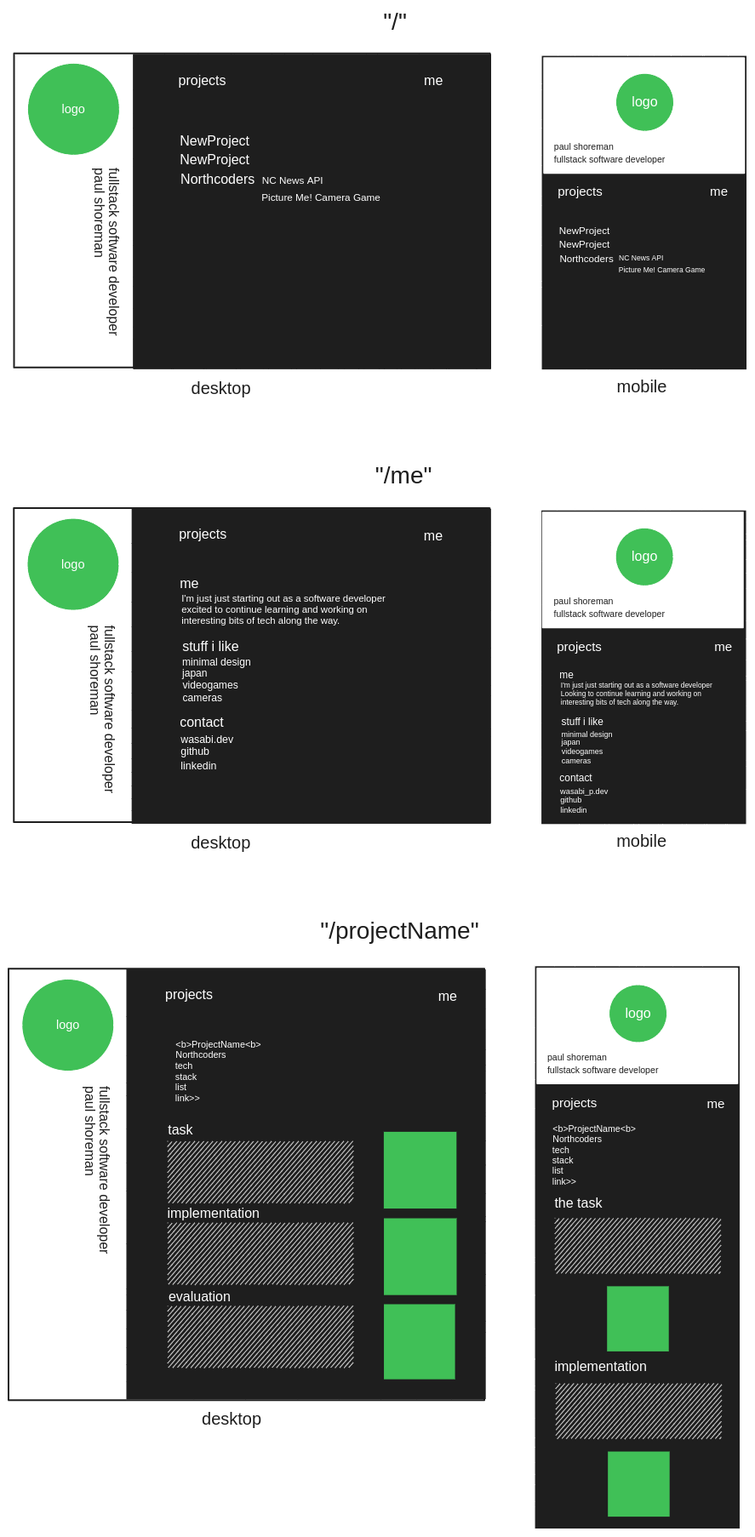
This is plan.excalidraw.png from wasabi-p/react-portfolio, a Excalidraw export, as it was before one commit. Source tidied: one line per element, renumbered; positions are measured from the earlier drawing's top-left corner, leaving out a move shared by most shapes.
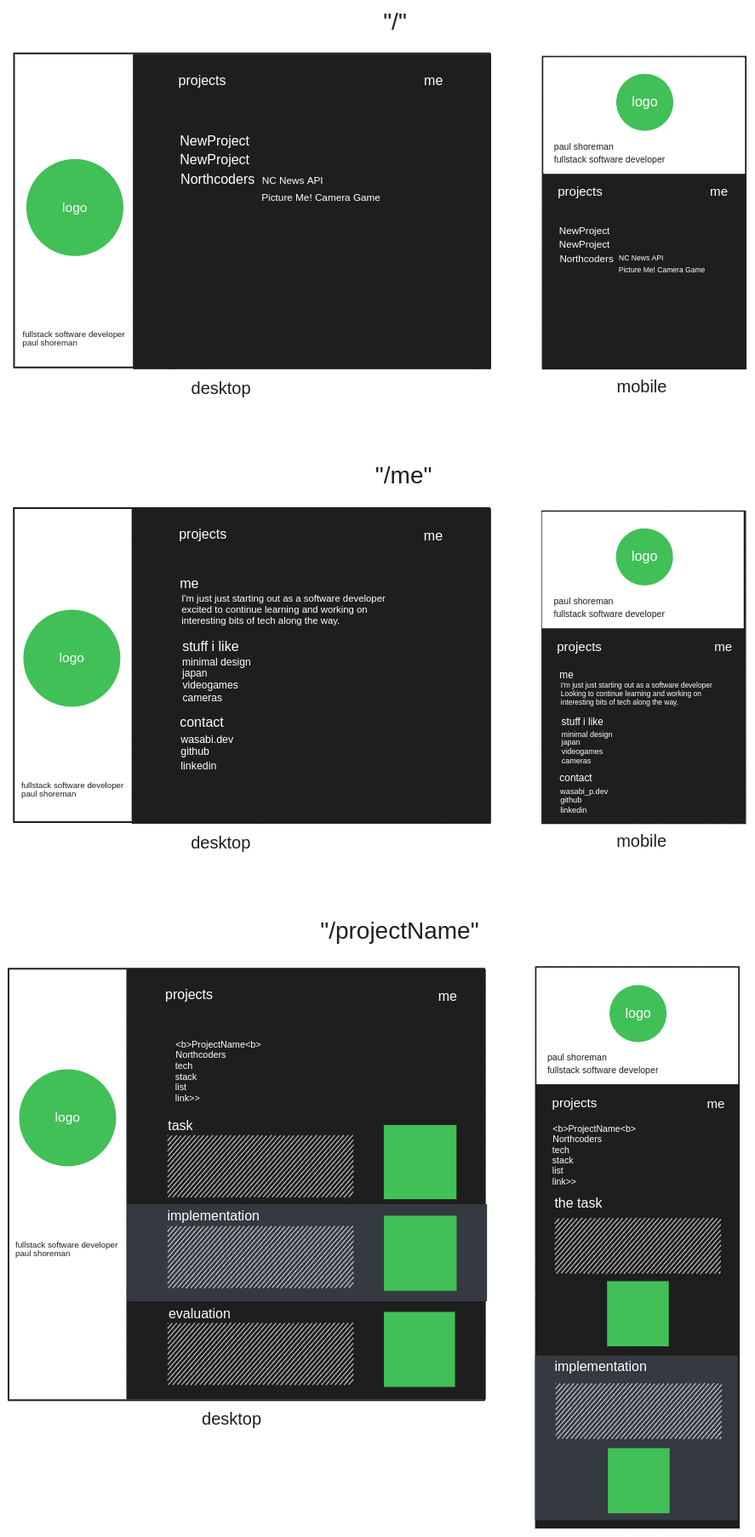
After the change.

Change to the diagram source:
```diff
@@ -33,10 +33,6 @@
 {"id": 32, "type": "text", "text": "mobile", "strokeColor": "#1e1e1e", "backgroundColor": "#ffffff", "fillStyle": "solid", "strokeWidth": 1, "roughness": 0, "fontSize": 20, "fontFamily": 2, "x": 714, "y": 967, "width": 59, "height": 23}
 {"id": 33, "type": "text", "text": "projects", "strokeColor": "#ffffff", "backgroundColor": "#ffffff", "fillStyle": "solid", "strokeWidth": 1, "roughness": 0, "fontSize": 15.07, "fontFamily": 2, "x": 644, "y": 741, "width": 53, "height": 17}
 {"id": 34, "type": "text", "text": "me", "strokeColor": "#ffffff", "backgroundColor": "#ffffff", "fillStyle": "hachure", "strokeWidth": 1, "roughness": 1, "fontSize": 15.07, "fontFamily": 2, "x": 829, "y": 741, "width": 21, "height": 17}
-{"id": 35, "type": "text", "text": "paul shoreman", "strokeColor": "#1e1e1e", "angle": 1.57, "backgroundColor": "#ffffff", "fillStyle": "solid", "strokeWidth": 1, "roughness": 0, "fontSize": 16, "fontFamily": 2, "x": 48, "y": 768, "width": 106, "height": 18}
-{"id": 36, "type": "ellipse", "strokeColor": "#ffffff", "backgroundColor": "#40c057", "fillStyle": "solid", "strokeWidth": 1, "roughness": 0, "x": 22, "y": 599, "width": 108, "height": 108}
-{"id": 37, "type": "text", "text": "logo", "strokeColor": "#ffffff", "backgroundColor": "#ffffff", "fillStyle": "solid", "strokeWidth": 1, "roughness": 0, "fontSize": 14.47, "fontFamily": 2, "textAlign": "center", "verticalAlign": "middle", "inside": 36, "x": 62, "y": 645, "width": 27, "height": 17}
-{"id": 38, "type": "text", "text": "fullstack software developer", "strokeColor": "#1e1e1e", "angle": 1.57, "backgroundColor": "#1e1e1e", "fillStyle": "solid", "strokeWidth": 1, "roughness": 0, "fontSize": 16, "fontFamily": 2, "x": 19, "y": 814, "width": 197, "height": 18}
 {"id": 39, "type": "text", "text": "paul shoreman", "strokeColor": "#1e1e1e", "backgroundColor": "#ffffff", "fillStyle": "solid", "strokeWidth": 1, "roughness": 0, "fontSize": 10.59, "fontFamily": 2, "x": 640, "y": 690, "width": 70, "height": 12}
 {"id": 40, "type": "text", "text": "fullstack software developer", "strokeColor": "#1e1e1e", "backgroundColor": "#1e1e1e", "fillStyle": "solid", "strokeWidth": 1, "roughness": 0, "fontSize": 10.59, "fontFamily": 2, "x": 640, "y": 705, "width": 131, "height": 12}
 {"id": 41, "type": "ellipse", "strokeColor": "#ffffff", "backgroundColor": "#40c057", "fillStyle": "solid", "strokeWidth": 1, "roughness": 0, "x": 713, "y": 610, "width": 68, "height": 68}
@@ -69,36 +65,34 @@
 {"id": 68, "type": "text", "text": "\"/projectName\"", "strokeColor": "#1e1e1e", "backgroundColor": "#1e1e1e", "fillStyle": "solid", "strokeWidth": 1, "roughness": 0, "fontSize": 28, "fontFamily": 2, "x": 366, "y": 1068, "width": 186, "height": 32}
 {"id": 69, "type": "text", "text": "projects", "strokeColor": "#ffffff", "backgroundColor": "#ffffff", "fillStyle": "solid", "strokeWidth": 1, "roughness": 0, "fontSize": 15.07, "fontFamily": 2, "x": 645, "y": 206, "width": 53, "height": 17}
 {"id": 70, "type": "text", "text": "me", "strokeColor": "#ffffff", "backgroundColor": "#ffffff", "fillStyle": "hachure", "strokeWidth": 1, "roughness": 1, "fontSize": 15.07, "fontFamily": 2, "x": 824, "y": 206, "width": 21, "height": 17}
-{"id": 71, "type": "text", "text": "paul shoreman", "strokeColor": "#1e1e1e", "angle": 1.57, "backgroundColor": "#ffffff", "fillStyle": "solid", "strokeWidth": 1, "roughness": 0, "fontSize": 16, "fontFamily": 2, "x": 53, "y": 231, "width": 106, "height": 18}
+{"id": 71, "type": "text", "text": "paul shoreman", "strokeColor": "#1e1e1e", "angle": 6.28, "backgroundColor": "#ffffff", "fillStyle": "solid", "strokeWidth": 1, "roughness": 0, "fontSize": 9.76, "fontFamily": 2, "x": 16, "y": 387, "width": 65, "height": 11}
-{"id": 72, "type": "text", "text": "fullstack software developer", "strokeColor": "#1e1e1e", "angle": 1.57, "backgroundColor": "#1e1e1e", "fillStyle": "solid", "strokeWidth": 1, "roughness": 0, "fontSize": 16, "fontFamily": 2, "x": 24, "y": 277, "width": 197, "height": 18}
+{"id": 72, "type": "text", "text": "fullstack software developer", "strokeColor": "#1e1e1e", "angle": 6.28, "backgroundColor": "#1e1e1e", "fillStyle": "solid", "strokeWidth": 1, "roughness": 0, "fontSize": 9.76, "fontFamily": 2, "x": 16, "y": 377, "width": 120, "height": 11}
-{"id": 73, "type": "ellipse", "strokeColor": "#ffffff", "backgroundColor": "#40c057", "fillStyle": "solid", "strokeWidth": 1, "roughness": 0, "x": 22, "y": 64, "width": 108, "height": 108}
+{"id": 73, "type": "ellipse", "strokeColor": "#ffffff", "backgroundColor": "#40c057", "fillStyle": "solid", "strokeWidth": 1, "roughness": 0, "x": 20, "y": 176, "width": 115, "height": 115}
-{"id": 74, "type": "text", "text": "logo", "strokeColor": "#ffffff", "backgroundColor": "#ffffff", "fillStyle": "solid", "strokeWidth": 1, "roughness": 0, "fontSize": 14.47, "fontFamily": 2, "textAlign": "center", "verticalAlign": "middle", "inside": 73, "x": 63, "y": 110, "width": 27, "height": 17}
+{"id": 74, "type": "text", "text": "logo", "strokeColor": "#ffffff", "backgroundColor": "#ffffff", "fillStyle": "solid", "strokeWidth": 1, "roughness": 0, "fontSize": 15.56, "fontFamily": 2, "textAlign": "center", "verticalAlign": "middle", "inside": 73, "x": 63, "y": 225, "width": 29, "height": 18}
 {"id": 75, "type": "text", "text": "the task\n", "strokeColor": "#ffffff", "backgroundColor": "#40c057", "fillStyle": "solid", "strokeWidth": 1, "roughness": 0, "fontSize": 16, "fontFamily": 2, "x": 641, "y": 1395, "width": 56, "height": 37}
+{"id": 108, "type": "rectangle", "strokeColor": "transparent", "backgroundColor": "#343a40", "fillStyle": "solid", "strokeWidth": 1, "roughness": 0, "x": 619, "y": 1583, "width": 238, "height": 193}
-{"id": 76, "type": "rectangle", "strokeColor": "transparent", "backgroundColor": "#40c057", "fillStyle": "solid", "strokeWidth": 1, "roughness": 0, "x": 703, "y": 1501, "width": 72, "height": 77}
+{"id": 76, "type": "rectangle", "strokeColor": "transparent", "backgroundColor": "#40c057", "fillStyle": "solid", "strokeWidth": 1, "roughness": 0, "x": 703, "y": 1495, "width": 72, "height": 77}
 {"id": 77, "type": "rectangle", "strokeColor": "transparent", "backgroundColor": "#ffffff", "fillStyle": "hachure", "strokeWidth": 1, "roughness": 0, "x": 642, "y": 1421, "width": 195, "height": 65}
 {"id": 78, "type": "text", "text": "implementation", "strokeColor": "#ffffff", "backgroundColor": "#40c057", "fillStyle": "solid", "strokeWidth": 1, "roughness": 0, "fontSize": 16, "fontFamily": 2, "x": 641, "y": 1587, "width": 108, "height": 18}
-{"id": 79, "type": "rectangle", "strokeColor": "transparent", "backgroundColor": "#40c057", "fillStyle": "solid", "strokeWidth": 1, "roughness": 0, "x": 704, "y": 1696, "width": 72, "height": 77}
+{"id": 79, "type": "rectangle", "strokeColor": "transparent", "backgroundColor": "#40c057", "fillStyle": "solid", "strokeWidth": 1, "roughness": 0, "x": 704, "y": 1692, "width": 72, "height": 77}
 {"id": 80, "type": "rectangle", "strokeColor": "transparent", "backgroundColor": "#ffffff", "fillStyle": "hachure", "strokeWidth": 1, "roughness": 0, "x": 643, "y": 1616, "width": 195, "height": 65}
 {"id": 81, "type": "rectangle", "strokeColor": "#1e1e1e", "backgroundColor": "#1e1e1e", "fillStyle": "solid", "strokeWidth": 1, "roughness": 0, "x": 139, "y": 1130, "width": 421, "height": 504}
 {"id": 82, "type": "rectangle", "strokeColor": "#1e1e1e", "strokeWidth": 2, "roughness": 0, "x": 0, "y": 1128, "width": 559, "height": 507}
 {"id": 83, "type": "text", "text": "me", "strokeColor": "#ffffff", "backgroundColor": "#ffffff", "fillStyle": "hachure", "strokeWidth": 1, "roughness": 1, "fontSize": 16, "fontFamily": 2, "x": 505, "y": 1152, "width": 22, "height": 18}
 {"id": 84, "type": "text", "text": "desktop", "strokeColor": "#1e1e1e", "backgroundColor": "#ffffff", "fillStyle": "solid", "strokeWidth": 1, "roughness": 0, "fontSize": 20, "fontFamily": 2, "x": 227, "y": 1646, "width": 70, "height": 23}
-{"id": 85, "type": "text", "text": "paul shoreman", "strokeColor": "#1e1e1e", "angle": 1.57, "backgroundColor": "#ffffff", "fillStyle": "solid", "strokeWidth": 1, "roughness": 0, "fontSize": 16, "fontFamily": 2, "x": 42, "y": 1310, "width": 106, "height": 18}
-{"id": 86, "type": "ellipse", "strokeColor": "#ffffff", "backgroundColor": "#40c057", "fillStyle": "solid", "strokeWidth": 1, "roughness": 0, "x": 16, "y": 1140, "width": 108, "height": 108}
-{"id": 87, "type": "text", "text": "logo", "strokeColor": "#ffffff", "backgroundColor": "#ffffff", "fillStyle": "solid", "strokeWidth": 1, "roughness": 0, "fontSize": 14.47, "fontFamily": 2, "textAlign": "center", "verticalAlign": "middle", "inside": 86, "x": 56, "y": 1186, "width": 27, "height": 17}
-{"id": 88, "type": "text", "text": "fullstack software developer", "strokeColor": "#1e1e1e", "angle": 1.57, "backgroundColor": "#1e1e1e", "fillStyle": "solid", "strokeWidth": 1, "roughness": 0, "fontSize": 16, "fontFamily": 2, "x": 13, "y": 1355, "width": 197, "height": 18}
 {"id": 89, "type": "text", "text": "projects", "strokeColor": "#ffffff", "backgroundColor": "#ffffff", "fillStyle": "hachure", "strokeWidth": 1, "roughness": 1, "fontSize": 16, "fontFamily": 2, "x": 184, "y": 1150, "width": 56, "height": 18}
 {"id": 90, "type": "text", "text": "<b>ProjectName<b>\nNorthcoders", "strokeColor": "#ffffff", "backgroundColor": "#ffffff", "fillStyle": "solid", "strokeWidth": 1, "roughness": 0, "fontSize": 10.89, "fontFamily": 2, "x": 196, "y": 1210, "width": 100, "height": 25}
 {"id": 91, "type": "text", "text": "tech \nstack \nlist\nlink>>", "strokeColor": "#ffffff", "backgroundColor": "#1e1e1e", "fillStyle": "solid", "strokeWidth": 1, "roughness": 0, "fontSize": 10.89, "fontFamily": 2, "x": 196, "y": 1236, "width": 29, "height": 50}
+{"id": 109, "type": "rectangle", "strokeColor": "transparent", "backgroundColor": "#343a40", "fillStyle": "solid", "strokeWidth": 1, "roughness": 0, "x": 139, "y": 1405, "width": 423, "height": 114}
-{"id": 92, "type": "rectangle", "strokeColor": "transparent", "backgroundColor": "#40c057", "fillStyle": "solid", "strokeWidth": 1, "roughness": 0, "x": 441, "y": 1422, "width": 85, "height": 90}
+{"id": 92, "type": "rectangle", "strokeColor": "transparent", "backgroundColor": "#40c057", "fillStyle": "solid", "strokeWidth": 1, "roughness": 0, "x": 441, "y": 1419, "width": 85, "height": 88}
-{"id": 93, "type": "text", "text": "task\n", "strokeColor": "#ffffff", "backgroundColor": "#40c057", "fillStyle": "solid", "strokeWidth": 1, "roughness": 0, "fontSize": 16, "fontFamily": 2, "x": 187, "y": 1309, "width": 29, "height": 37}
+{"id": 93, "type": "text", "text": "task\n", "strokeColor": "#ffffff", "backgroundColor": "#40c057", "fillStyle": "solid", "strokeWidth": 1, "roughness": 0, "fontSize": 16, "fontFamily": 2, "x": 187, "y": 1304, "width": 29, "height": 37}
-{"id": 94, "type": "text", "text": "implementation", "strokeColor": "#ffffff", "backgroundColor": "#40c057", "fillStyle": "solid", "strokeWidth": 1, "roughness": 0, "fontSize": 16, "fontFamily": 2, "x": 186, "y": 1407, "width": 108, "height": 18}
+{"id": 94, "type": "text", "text": "implementation", "strokeColor": "#ffffff", "backgroundColor": "#40c057", "fillStyle": "solid", "strokeWidth": 1, "roughness": 0, "fontSize": 16, "fontFamily": 2, "x": 186, "y": 1410, "width": 108, "height": 18}
-{"id": 95, "type": "text", "text": "evaluation", "strokeColor": "#ffffff", "backgroundColor": "#40c057", "fillStyle": "solid", "strokeWidth": 1, "roughness": 0, "fontSize": 16, "fontFamily": 2, "x": 188, "y": 1505, "width": 73, "height": 18}
+{"id": 95, "type": "text", "text": "evaluation", "strokeColor": "#ffffff", "backgroundColor": "#40c057", "fillStyle": "solid", "strokeWidth": 1, "roughness": 0, "fontSize": 16, "fontFamily": 2, "x": 188, "y": 1525, "width": 73, "height": 18}
-{"id": 96, "type": "rectangle", "strokeColor": "transparent", "backgroundColor": "#ffffff", "fillStyle": "hachure", "strokeWidth": 1, "roughness": 0, "x": 187, "y": 1331, "width": 217, "height": 72}
+{"id": 96, "type": "rectangle", "strokeColor": "transparent", "backgroundColor": "#ffffff", "fillStyle": "hachure", "strokeWidth": 1, "roughness": 0, "x": 187, "y": 1324, "width": 217, "height": 72}
-{"id": 97, "type": "rectangle", "strokeColor": "transparent", "backgroundColor": "#ffffff", "fillStyle": "hachure", "strokeWidth": 1, "roughness": 0, "x": 187, "y": 1427, "width": 217, "height": 72}
+{"id": 97, "type": "rectangle", "strokeColor": "transparent", "backgroundColor": "#ffffff", "fillStyle": "hachure", "strokeWidth": 1, "roughness": 0, "x": 187, "y": 1431, "width": 217, "height": 72}
-{"id": 98, "type": "rectangle", "strokeColor": "transparent", "backgroundColor": "#ffffff", "fillStyle": "hachure", "strokeWidth": 1, "roughness": 0, "x": 187, "y": 1525, "width": 217, "height": 72}
+{"id": 98, "type": "rectangle", "strokeColor": "transparent", "backgroundColor": "#ffffff", "fillStyle": "hachure", "strokeWidth": 1, "roughness": 0, "x": 187, "y": 1545, "width": 217, "height": 72}
-{"id": 99, "type": "rectangle", "strokeColor": "transparent", "backgroundColor": "#40c057", "fillStyle": "solid", "strokeWidth": 1, "roughness": 0, "x": 441, "y": 1522, "width": 84, "height": 88}
+{"id": 99, "type": "rectangle", "strokeColor": "transparent", "backgroundColor": "#40c057", "fillStyle": "solid", "strokeWidth": 1, "roughness": 0, "x": 441, "y": 1531, "width": 84, "height": 88}
-{"id": 100, "type": "rectangle", "strokeColor": "transparent", "backgroundColor": "#40c057", "fillStyle": "solid", "strokeWidth": 1, "roughness": 0, "x": 441, "y": 1320, "width": 85, "height": 90}
+{"id": 100, "type": "rectangle", "strokeColor": "transparent", "backgroundColor": "#40c057", "fillStyle": "solid", "strokeWidth": 1, "roughness": 0, "x": 441, "y": 1312, "width": 85, "height": 87}
 {"id": 101, "type": "rectangle", "strokeColor": "#ffffff", "backgroundColor": "#ffffff", "fillStyle": "solid", "strokeWidth": 2, "roughness": 0, "x": 621, "y": 1128, "width": 235, "height": 135}
 {"id": 102, "type": "text", "text": "projects", "strokeColor": "#ffffff", "backgroundColor": "#ffffff", "fillStyle": "solid", "strokeWidth": 1, "roughness": 0, "fontSize": 15.07, "fontFamily": 2, "x": 639, "y": 1277, "width": 53, "height": 17}
 {"id": 103, "type": "text", "text": "me", "strokeColor": "#ffffff", "backgroundColor": "#ffffff", "fillStyle": "hachure", "strokeWidth": 1, "roughness": 1, "fontSize": 15.07, "fontFamily": 2, "x": 821, "y": 1278, "width": 21, "height": 17}
@@ -106,3 +100,11 @@
 {"id": 105, "type": "text", "text": "fullstack software developer", "strokeColor": "#1e1e1e", "backgroundColor": "#1e1e1e", "fillStyle": "solid", "strokeWidth": 1, "roughness": 0, "fontSize": 10.59, "fontFamily": 2, "x": 633, "y": 1241, "width": 131, "height": 12}
 {"id": 106, "type": "ellipse", "strokeColor": "#ffffff", "backgroundColor": "#40c057", "fillStyle": "solid", "strokeWidth": 1, "roughness": 0, "x": 706, "y": 1147, "width": 68, "height": 68}
 {"id": 107, "type": "text", "text": "logo", "strokeColor": "#ffffff", "backgroundColor": "#ffffff", "fillStyle": "solid", "strokeWidth": 1, "roughness": 0, "fontSize": 16, "fontFamily": 2, "textAlign": "center", "verticalAlign": "middle", "inside": 106, "x": 724, "y": 1172, "width": 30, "height": 18}
+{"id": 110, "type": "text", "text": "paul shoreman", "strokeColor": "#1e1e1e", "angle": 6.28, "backgroundColor": "#ffffff", "fillStyle": "solid", "strokeWidth": 1, "roughness": 0, "fontSize": 9.76, "fontFamily": 2, "x": 15, "y": 917, "width": 65, "height": 11}
+{"id": 111, "type": "text", "text": "fullstack software developer", "strokeColor": "#1e1e1e", "angle": 6.28, "backgroundColor": "#1e1e1e", "fillStyle": "solid", "strokeWidth": 1, "roughness": 0, "fontSize": 9.76, "fontFamily": 2, "x": 15, "y": 907, "width": 120, "height": 11}
+{"id": 112, "type": "ellipse", "strokeColor": "#ffffff", "backgroundColor": "#40c057", "fillStyle": "solid", "strokeWidth": 1, "roughness": 0, "x": 17, "y": 706, "width": 115, "height": 115}
+{"id": 113, "type": "text", "text": "logo", "strokeColor": "#ffffff", "backgroundColor": "#ffffff", "fillStyle": "solid", "strokeWidth": 1, "roughness": 0, "fontSize": 15.56, "fontFamily": 2, "textAlign": "center", "verticalAlign": "middle", "inside": 112, "x": 60, "y": 754, "width": 29, "height": 18}
+{"id": 114, "type": "text", "text": "paul shoreman", "strokeColor": "#1e1e1e", "angle": 6.28, "backgroundColor": "#ffffff", "fillStyle": "solid", "strokeWidth": 1, "roughness": 0, "fontSize": 9.76, "fontFamily": 2, "x": 8, "y": 1457, "width": 65, "height": 11}
+{"id": 115, "type": "text", "text": "fullstack software developer", "strokeColor": "#1e1e1e", "angle": 6.28, "backgroundColor": "#1e1e1e", "fillStyle": "solid", "strokeWidth": 1, "roughness": 0, "fontSize": 9.76, "fontFamily": 2, "x": 8, "y": 1447, "width": 120, "height": 11}
+{"id": 116, "type": "ellipse", "strokeColor": "#ffffff", "backgroundColor": "#40c057", "fillStyle": "solid", "strokeWidth": 1, "roughness": 0, "x": 12, "y": 1246, "width": 115, "height": 115}
+{"id": 117, "type": "text", "text": "logo", "strokeColor": "#ffffff", "backgroundColor": "#ffffff", "fillStyle": "solid", "strokeWidth": 1, "roughness": 0, "fontSize": 15.56, "fontFamily": 2, "textAlign": "center", "verticalAlign": "middle", "inside": 116, "x": 55, "y": 1294, "width": 29, "height": 18}
```
